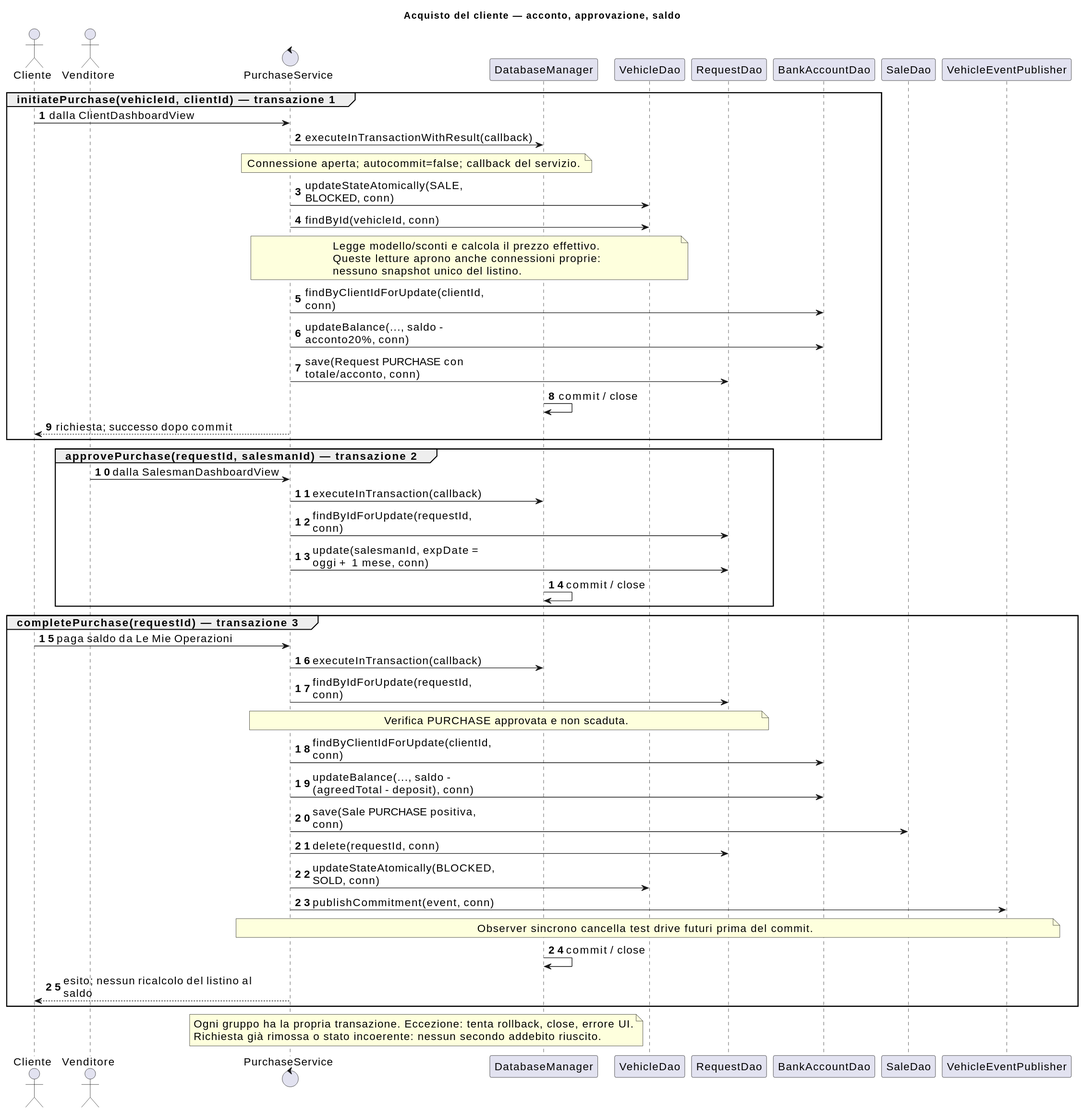
The PlantUML diagram docs/diagrams/current/sequence-sale-payment.svg in fededamo/DriveHub, before a commit. Its diagram source:
```plantuml
@startuml
skinparam shadowing false
skinparam defaultFontSize 16
skinparam maxMessageSize 280
title Acquisto del cliente — acconto, approvazione, saldo
autonumber
actor Cliente
actor Venditore
control PurchaseService as service
participant DatabaseManager as db
participant VehicleDao as vehicle
participant RequestDao as request
participant BankAccountDao as account
participant SaleDao as sale
participant VehicleEventPublisher as publisher
group initiatePurchase(vehicleId, clientId) — transazione 1
Cliente -> service : dalla ClientDashboardView
service -> db : executeInTransactionWithResult(callback)
note over service,db : Connessione aperta; autocommit=false; callback del servizio.
service -> vehicle : updateStateAtomically(SALE, BLOCKED, conn)
service -> vehicle : findById(vehicleId, conn)
note over service,vehicle
  Legge modello/sconti e calcola il prezzo effettivo.
  Queste letture aprono anche connessioni proprie:
  nessuno snapshot unico del listino.
end note
service -> account : findByClientIdForUpdate(clientId, conn)
service -> account : updateBalance(..., saldo - acconto20%, conn)
service -> request : save(Request PURCHASE con totale/acconto, conn)
db -> db : commit / close
service --> Cliente : richiesta; successo dopo commit
end
group approvePurchase(requestId, salesmanId) — transazione 2
Venditore -> service : dalla SalesmanDashboardView
service -> db : executeInTransaction(callback)
service -> request : findByIdForUpdate(requestId, conn)
service -> request : update(salesmanId, expDate = oggi + 1 mese, conn)
db -> db : commit / close
end
group completePurchase(requestId) — transazione 3
Cliente -> service : paga saldo da Le Mie Operazioni
service -> db : executeInTransaction(callback)
service -> request : findByIdForUpdate(requestId, conn)
note over service,request : Verifica PURCHASE approvata e non scaduta.
service -> account : findByClientIdForUpdate(clientId, conn)
service -> account : updateBalance(..., saldo - (agreedTotal - deposit), conn)
service -> sale : save(Sale PURCHASE positiva, conn)
service -> request : delete(requestId, conn)
service -> vehicle : updateStateAtomically(BLOCKED, SOLD, conn)
service -> publisher : publishCommitment(event, conn)
note over service,publisher : Observer sincrono cancella test drive futuri prima del commit.
db -> db : commit / close
service --> Cliente : esito; nessun ricalcolo del listino al saldo
end
note over service,db
  Ogni gruppo ha la propria transazione. Eccezione: tenta rollback, close, errore UI.
  Richiesta già rimossa o stato incoerente: nessun secondo addebito riuscito.
end note
@enduml
```
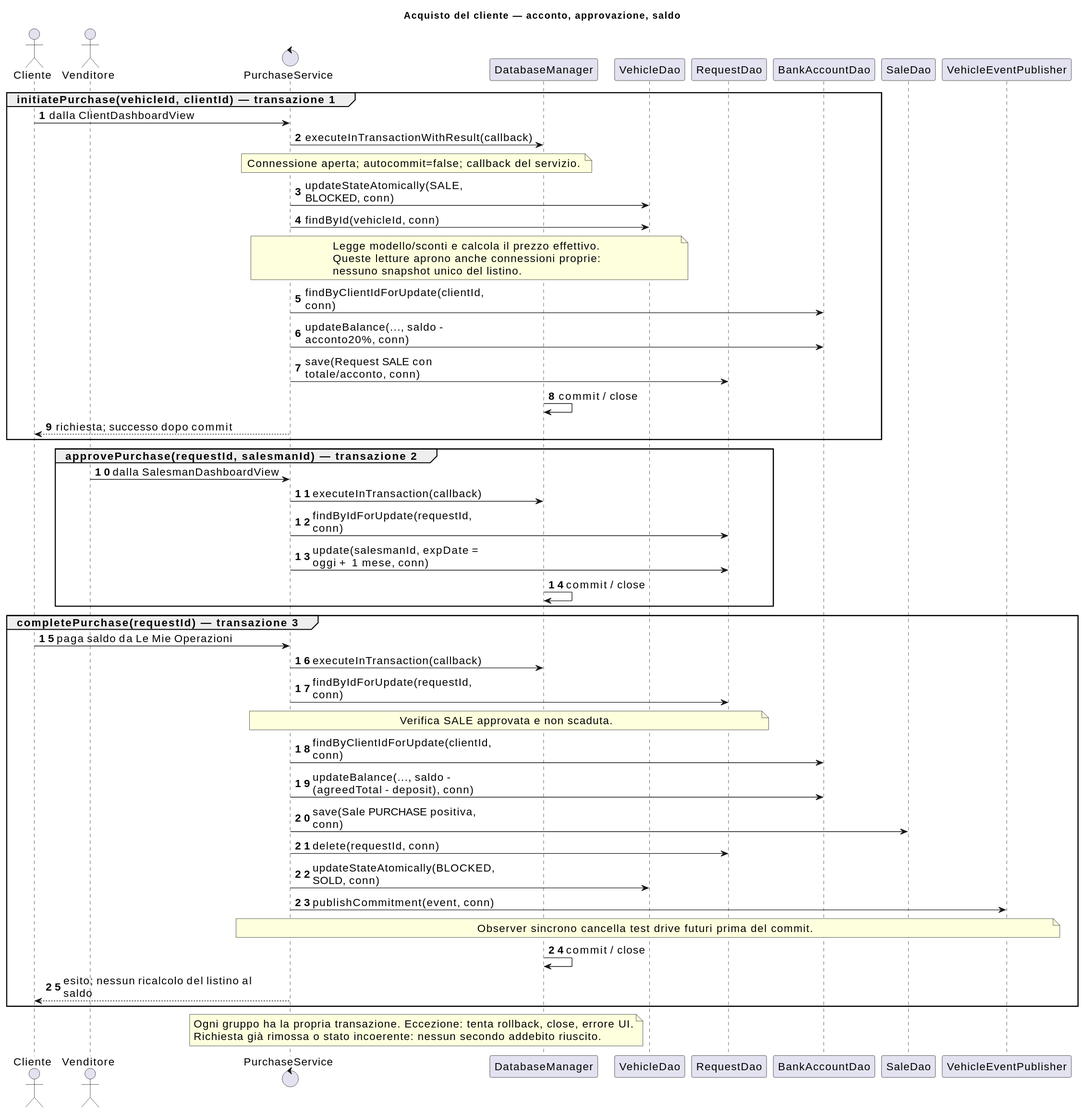
Above is the later version.

Diff of the diagram source:
```diff
@@ -26,7 +26,7 @@
 end note
 service -> account : findByClientIdForUpdate(clientId, conn)
 service -> account : updateBalance(..., saldo - acconto20%, conn)
-service -> request : save(Request PURCHASE con totale/acconto, conn)
+service -> request : save(Request SALE con totale/acconto, conn)
 db -> db : commit / close
 service --> Cliente : richiesta; successo dopo commit
 end
@@ -41,7 +41,7 @@
 Cliente -> service : paga saldo da Le Mie Operazioni
 service -> db : executeInTransaction(callback)
 service -> request : findByIdForUpdate(requestId, conn)
-note over service,request : Verifica PURCHASE approvata e non scaduta.
+note over service,request : Verifica SALE approvata e non scaduta.
 service -> account : findByClientIdForUpdate(clientId, conn)
 service -> account : updateBalance(..., saldo - (agreedTotal - deposit), conn)
 service -> sale : save(Sale PURCHASE positiva, conn)
```
